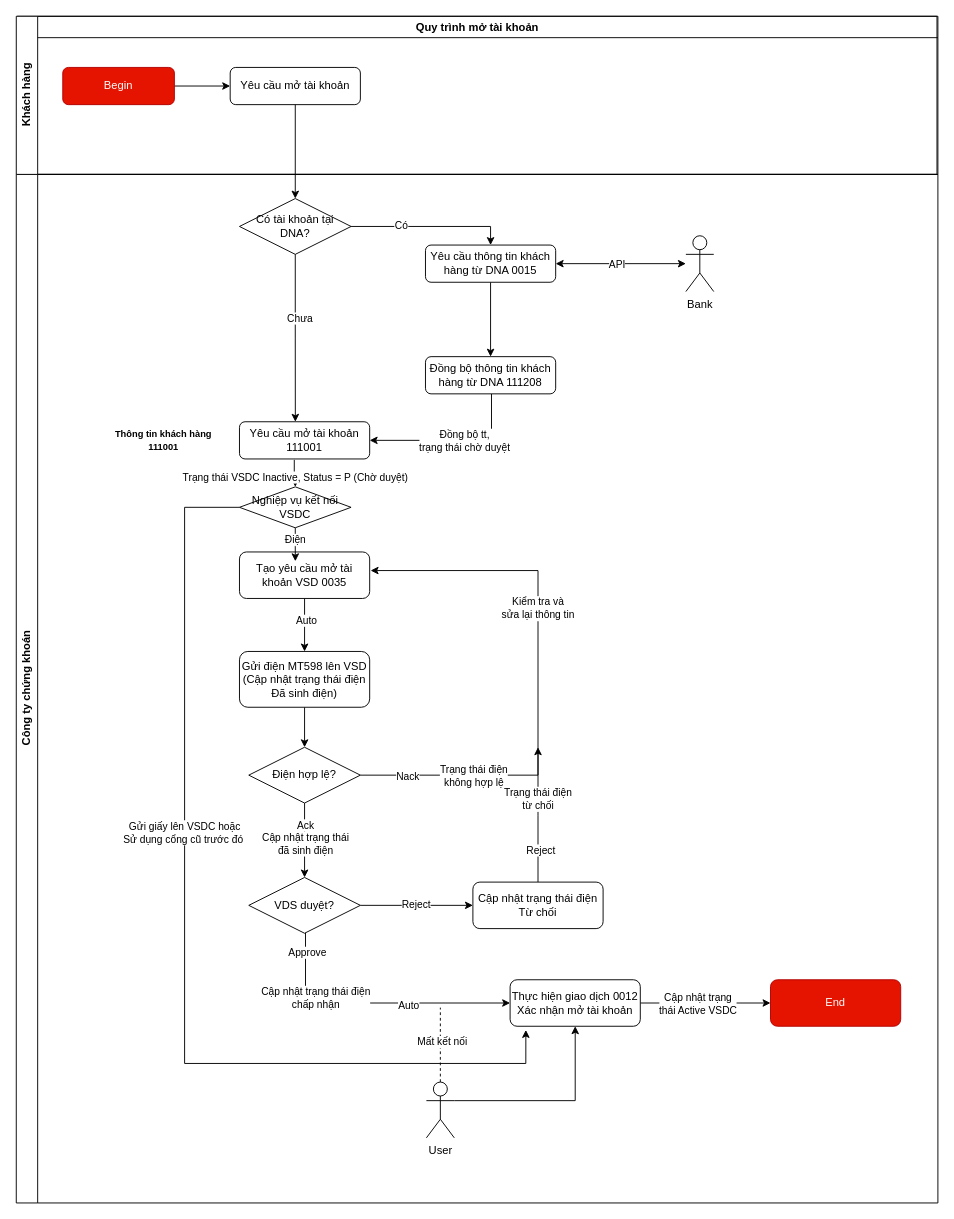
Before: page "Quy trình mở tài khoản" (1 of 5) of resources/diagrams/Ngân hàng lưu ký.drawio in luyenhaidangit/flex, a draw.io diagram. Source tidied: cells renumbered, new cells numbered last; positions are measured from the earlier drawing's top-left corner, leaving out a move shared by most shapes. Both pictures are drawn from the tidied source at 93%, with x=0, y=0 at pixel (16, 16).
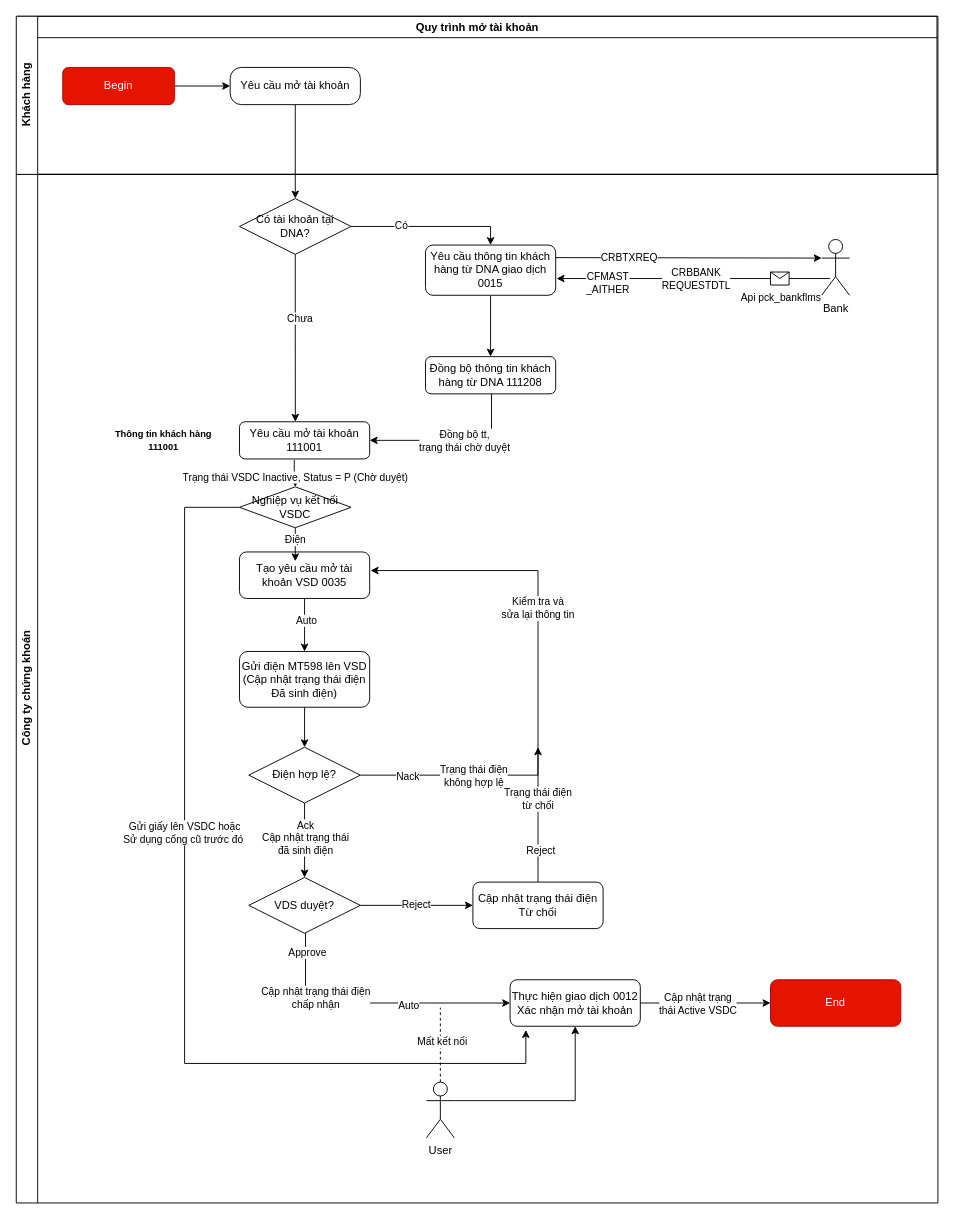
The same page after the edit.

Commit message:
Cập nhật Ngân hàng lưu ký.drawio

Unchanged cells that the change refers to:
```xml
<mxCell id="2" value="Công ty chứng khoán" style="swimlane;horizontal=0;whiteSpace=wrap;html=1;" parent="1" vertex="1">
  <mxGeometry y="170" width="991" height="1106" as="geometry" />
</mxCell>
<mxCell id="56" value="Khách hàng" style="swimlane;horizontal=0;whiteSpace=wrap;html=1;" parent="55" vertex="1">
  <mxGeometry x="-1" width="990" height="170" as="geometry" />
</mxCell>
```

The edit, as a diff of the source:
```diff
@@
-    <mxCell id="38" value="Yêu cầu thông tin khách hàng từ DNA 0015" style="rounded=1;whiteSpace=wrap;html=1;fontSize=12;glass=0;strokeWidth=1;shadow=0;" parent="2" vertex="1">
-      <mxGeometry x="440" y="76" width="140" height="40" as="geometry" />
+    <mxCell id="38" value="Yêu cầu thông tin khách hàng từ DNA giao dịch 0015" style="rounded=1;whiteSpace=wrap;html=1;fontSize=12;glass=0;strokeWidth=1;shadow=0;" parent="2" vertex="1">
+      <mxGeometry x="440" y="76" width="140" height="54" as="geometry" />
     </mxCell>
@@
     <mxCell id="44" value="Bank" style="shape=umlActor;verticalLabelPosition=bottom;verticalAlign=top;html=1;outlineConnect=0;" parent="2" vertex="1">
-      <mxGeometry x="720" y="66" width="30" height="60" as="geometry" />
+      <mxGeometry x="866" y="70" width="30" height="60" as="geometry" />
     </mxCell>
-    <mxCell id="45" style="endArrow=classic;startArrow=classic;html=1;rounded=0;exitX=1;exitY=0.5;exitDx=0;exitDy=0;" parent="2" edge="1" source="38" target="44">
-      <mxGeometry relative="1" as="geometry" />
-    </mxCell>
-    <mxCell id="46" value="API" style="edgeLabel;html=1;align=center;verticalAlign=middle;" parent="45" vertex="1">
-      <mxGeometry x="-0.07" relative="1" as="geometry" />
-    </mxCell>
@@
+    <mxCell id="45" style="endArrow=classic;html=1;rounded=0;exitX=1;exitY=0.25;exitDx=0;exitDy=0;entryX=0;entryY=0.3333333333333333;entryDx=0;entryDy=0;entryPerimeter=0;" parent="2" edge="1" source="38" target="44">
+      <mxGeometry relative="1" as="geometry" />
+    </mxCell>
+    <mxCell id="63" value="CRBTXREQ" style="edgeLabel;html=1;align=center;verticalAlign=middle;" parent="45" vertex="1">
+      <mxGeometry x="-0.54" y="1" relative="1" as="geometry">
+        <mxPoint x="12" y="1" as="offset" />
+      </mxGeometry>
+    </mxCell>
+    <mxCell id="64" style="endArrow=classic;html=1;rounded=0;exitX=0.3;exitY=0.867;exitDx=0;exitDy=0;exitPerimeter=0;" parent="2" edge="1">
+      <mxGeometry relative="1" as="geometry">
+        <mxPoint x="875" y="112" as="sourcePoint" />
+        <mxPoint x="581" y="112" as="targetPoint" />
+      </mxGeometry>
+    </mxCell>
+    <mxCell id="65" style="shape=message;html=1;" parent="64" vertex="1">
+      <mxGeometry width="20" height="14" relative="1" as="geometry">
+        <mxPoint x="83" y="-7" as="offset" />
+      </mxGeometry>
+    </mxCell>
+    <mxCell id="66" value="Api pck_bankflms" style="edgeLabel;html=1;align=center;verticalAlign=middle;" parent="64" vertex="1">
+      <mxGeometry x="-0.45" y="-1" relative="1" as="geometry">
+        <mxPoint x="27" y="21" as="offset" />
+      </mxGeometry>
+    </mxCell>
+    <mxCell id="67" value="CRBBANK&lt;br&gt;REQUESTDTL" style="edgeLabel;html=1;align=center;verticalAlign=middle;" parent="64" vertex="1">
+      <mxGeometry relative="1" as="geometry">
+        <mxPoint x="2" as="offset" />
+      </mxGeometry>
+    </mxCell>
+    <mxCell id="68" value="CFMAST&lt;br&gt;_AITHER" style="edgeLabel;html=1;align=center;verticalAlign=middle;" parent="64" vertex="1">
+      <mxGeometry x="0.63" y="-3" relative="1" as="geometry">
+        <mxPoint y="7" as="offset" />
+      </mxGeometry>
+    </mxCell>
@@
-    <mxCell id="59" value="Yêu cầu mở tài khoản" style="rounded=1;whiteSpace=wrap;html=1;fontSize=12;glass=0;strokeWidth=1;shadow=0;" parent="56" vertex="1">
+    <mxCell id="59" value="Yêu cầu mở tài khoản" style="rounded=1;whiteSpace=wrap;html=1;fontSize=12;glass=0;strokeWidth=1;shadow=0;arcSize=30;" parent="56" vertex="1">
       <mxGeometry x="230" y="55" width="140" height="40" as="geometry" />
     </mxCell>
```
